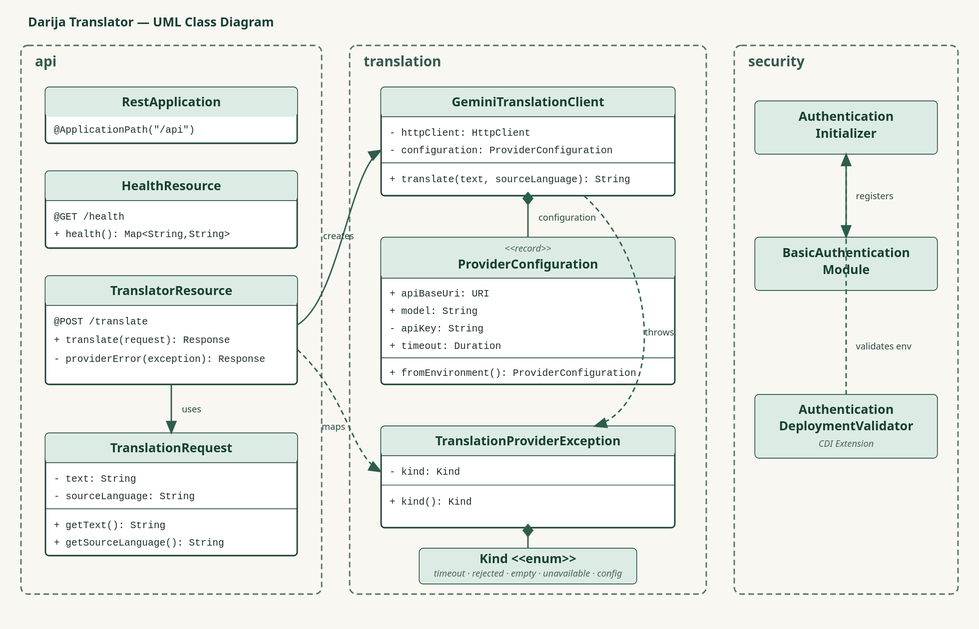
Earlier version of the PlantUML export docs/uml/class-diagram.svg (BadrTechie/darija-translator). Its source is kept beside it as docs/uml/class-diagram.puml. Its diagram source:
```plantuml
@startuml
skinparam classAttributeIconSize 0
skinparam packageStyle rectangle

package "api" {
  class RestApplication
  class HealthResource {
    +health(): Map<String,String>
  }
  class TranslatorResource {
    +translate(request: TranslationRequest): Response
    -providerError(exception): Response
  }
  class TranslationRequest {
    -text: String
    -sourceLanguage: String
    +getText(): String
    +getSourceLanguage(): String
  }
}

package "translation" {
  class GeminiTranslationClient {
    -httpClient: HttpClient
    -configuration: ProviderConfiguration
    +translate(text, sourceLanguage): String
  }
  class ProviderConfiguration <<record>> {
    +apiBaseUri: URI
    +model: String
    -apiKey: String
    +timeout: Duration
    +fromEnvironment(): ProviderConfiguration
  }
  class TranslationProviderException {
    -kind: Kind
    +kind(): Kind
  }
  enum Kind {
    TIMEOUT
    REJECTED
    EMPTY_RESPONSE
    UNAVAILABLE
    CONFIGURATION
  }
}

package "security" {
  class AuthenticationInitializer
  class BasicAuthenticationModule
  class AuthenticationDeploymentValidator
}

TranslatorResource --> TranslationRequest
TranslatorResource --> GeminiTranslationClient
TranslatorResource ..> TranslationProviderException
GeminiTranslationClient *-- ProviderConfiguration
GeminiTranslationClient ..> TranslationProviderException
TranslationProviderException *-- Kind
AuthenticationInitializer --> BasicAuthenticationModule : registers
AuthenticationDeploymentValidator ..> AuthenticationInitializer : validates env
@enduml
```
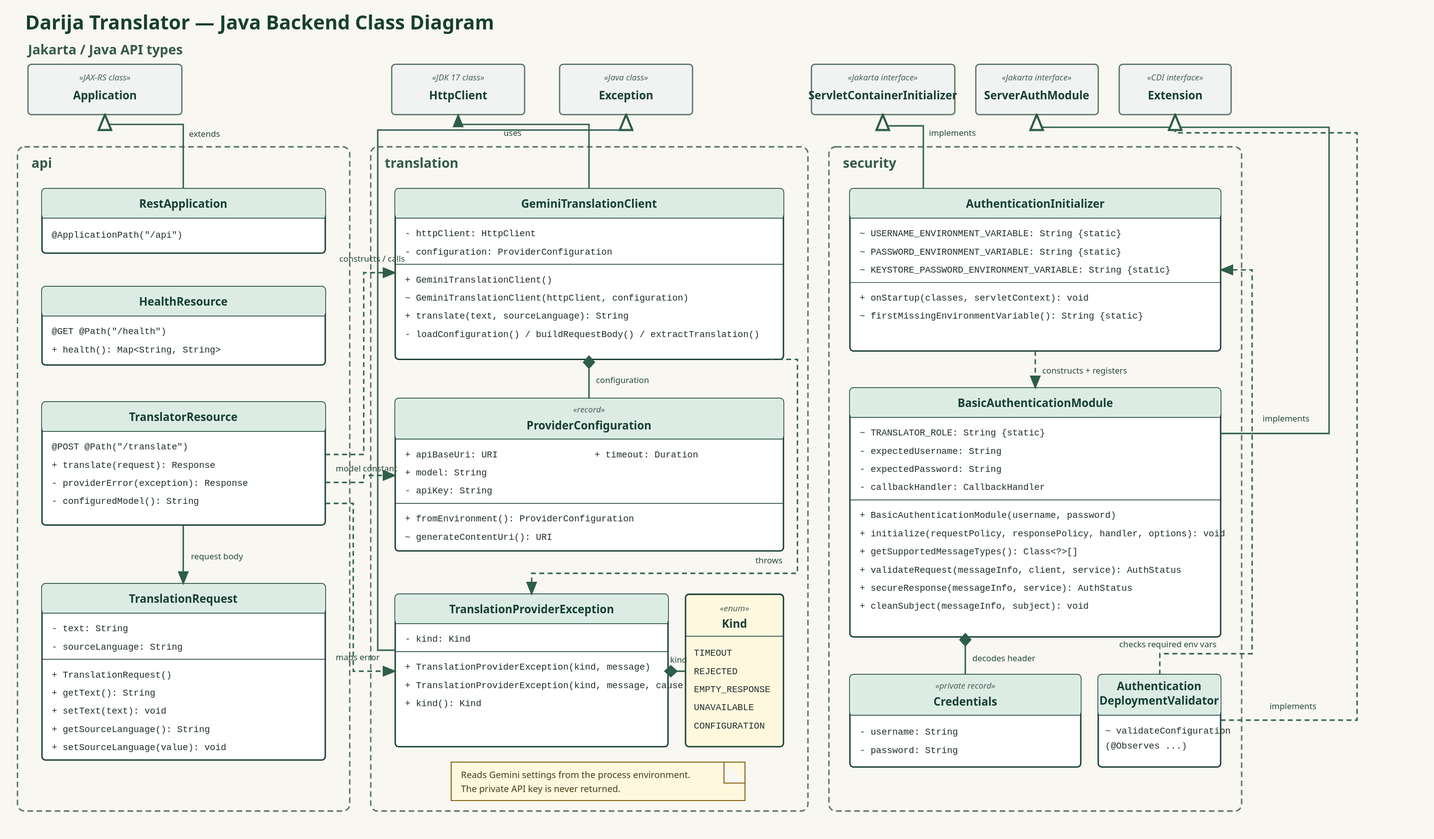
The same file after the commit.

Commit message:
docs: complete Stage 7 architecture UML

Change to the diagram source:
```diff
@@ -1,41 +1,67 @@
 @startuml
+title Darija Translator — Java Backend Class Diagram
+left to right direction
 skinparam classAttributeIconSize 0
 skinparam packageStyle rectangle
+skinparam linetype ortho
+hide empty members
 
-package "api" {
-  class RestApplication
+package "ma.ac.university.darijatranslator.api" as api {
+  class RestApplication {
+    {static} @ApplicationPath("/api")
+  }
+
   class HealthResource {
-    +health(): Map<String,String>
+    {static} @GET @Path("/health")
+    + health(): Map<String, String>
   }
+
   class TranslatorResource {
-    +translate(request: TranslationRequest): Response
-    -providerError(exception): Response
+    {static} @POST @Path("/translate")
+    + translate(request: TranslationRequest): Response
+    {static} - providerError(exception: TranslationProviderException): Response
+    {static} - configuredModel(): String
   }
+
   class TranslationRequest {
-    -text: String
-    -sourceLanguage: String
-    +getText(): String
-    +getSourceLanguage(): String
+    - text: String
+    - sourceLanguage: String
+    + TranslationRequest()
+    + getText(): String
+    + setText(text: String): void
+    + getSourceLanguage(): String
+    + setSourceLanguage(sourceLanguage: String): void
   }
 }
 
-package "translation" {
+package "ma.ac.university.darijatranslator.translation" as translation {
   class GeminiTranslationClient {
-    -httpClient: HttpClient
-    -configuration: ProviderConfiguration
-    +translate(text, sourceLanguage): String
+    - httpClient: HttpClient
+    - configuration: ProviderConfiguration
+    + GeminiTranslationClient()
+    ~ GeminiTranslationClient(httpClient: HttpClient, configuration: ProviderConfiguration)
+    + translate(text: String, sourceLanguage: String): String
+    {static} - loadConfiguration(): ProviderConfiguration
+    {static} - buildRequestBody(text: String, sourceLanguage: String): String
+    {static} - extractTranslation(responseBody: String): String
   }
+
   class ProviderConfiguration <<record>> {
-    +apiBaseUri: URI
-    +model: String
-    -apiKey: String
-    +timeout: Duration
-    +fromEnvironment(): ProviderConfiguration
+    + apiBaseUri: URI
+    + model: String
+    - apiKey: String
+    + timeout: Duration
+    {static} + fromEnvironment(): ProviderConfiguration
+    ~ generateContentUri(): URI
   }
+
   class TranslationProviderException {
-    -kind: Kind
-    +kind(): Kind
+    - kind: Kind
+    + TranslationProviderException(kind: Kind, message: String)
+    + TranslationProviderException(kind: Kind, message: String, cause: Throwable)
+    + kind(): Kind
   }
+
   enum Kind {
     TIMEOUT
     REJECTED
@@ -45,18 +71,67 @@
   }
 }
 
-package "security" {
-  class AuthenticationInitializer
-  class BasicAuthenticationModule
-  class AuthenticationDeploymentValidator
+package "ma.ac.university.darijatranslator.security" as security {
+  class AuthenticationInitializer {
+    {static} ~ USERNAME_ENVIRONMENT_VARIABLE: String
+    {static} ~ PASSWORD_ENVIRONMENT_VARIABLE: String
+    {static} ~ KEYSTORE_PASSWORD_ENVIRONMENT_VARIABLE: String
+    + onStartup(classes: Set<Class<?>>, servletContext: ServletContext): void
+    {static} ~ firstMissingEnvironmentVariable(): String
+  }
+
+  class BasicAuthenticationModule {
+    {static} ~ TRANSLATOR_ROLE: String
+    - expectedUsername: String
+    - expectedPassword: String
+    - callbackHandler: CallbackHandler
+    + BasicAuthenticationModule(expectedUsername: String, expectedPassword: String)
+    + initialize(requestPolicy, responsePolicy, callbackHandler, options): void
+    + getSupportedMessageTypes(): Class<?>[]
+    + validateRequest(messageInfo, clientSubject, serviceSubject): AuthStatus
+    + secureResponse(messageInfo, serviceSubject): AuthStatus
+    + cleanSubject(messageInfo, subject): void
+  }
+
+  class "BasicAuthenticationModule.Credentials" as Credentials <<private record>> {
+    - username: String
+    - password: String
+  }
+
+  class AuthenticationDeploymentValidator {
+    ~ validateConfiguration(@Observes validation: AfterDeploymentValidation): void
+  }
 }
 
-TranslatorResource --> TranslationRequest
-TranslatorResource --> GeminiTranslationClient
-TranslatorResource ..> TranslationProviderException
-GeminiTranslationClient *-- ProviderConfiguration
-GeminiTranslationClient ..> TranslationProviderException
+package "Jakarta / Java APIs" as framework {
+  class Application <<JAX-RS>>
+  interface ServletContainerInitializer
+  interface ServerAuthModule
+  interface Extension <<CDI>>
+  class Exception
+  class HttpClient <<JDK 17>>
+}
+
+RestApplication --|> Application
+AuthenticationInitializer ..|> ServletContainerInitializer
+BasicAuthenticationModule ..|> ServerAuthModule
+AuthenticationDeploymentValidator ..|> Extension
+TranslationProviderException --|> Exception
+
+TranslatorResource --> TranslationRequest : request body
+TranslatorResource ..> GeminiTranslationClient : constructs / calls
+TranslatorResource ..> ProviderConfiguration : model constant
+TranslatorResource ..> TranslationProviderException : maps to HTTP error
+GeminiTranslationClient *-- ProviderConfiguration : configuration
+GeminiTranslationClient --> HttpClient : sends HTTPS request
+GeminiTranslationClient ..> TranslationProviderException : throws
 TranslationProviderException *-- Kind
-AuthenticationInitializer --> BasicAuthenticationModule : registers
-AuthenticationDeploymentValidator ..> AuthenticationInitializer : validates env
+AuthenticationInitializer ..> BasicAuthenticationModule : constructs and registers
+AuthenticationDeploymentValidator ..> AuthenticationInitializer : checks required env vars
+BasicAuthenticationModule *-- Credentials : decodes Basic header
+
+note bottom of ProviderConfiguration
+  Reads Gemini settings from the process environment.
+  The API key remains private and is never returned.
+end note
 @enduml
```
